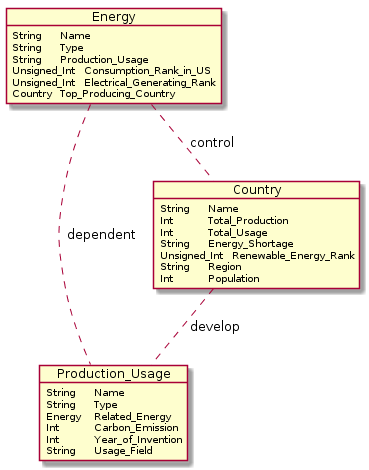
The PlantUML diagram UML_Diagram.png in GetCommit/energenius.me-website, before a commit.
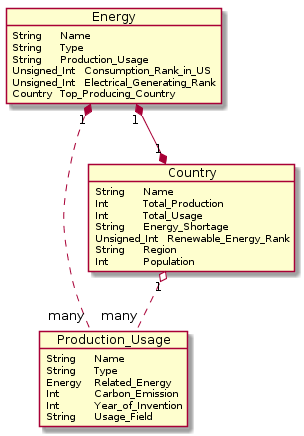
Above is the later version.

What changed in the source:
```diff
@@ -28,7 +28,7 @@
 }
 
 
-Energy .. Production_Usage: dependent
-Country .. Production_Usage: develop
-Energy .. Country: control
+Energy "1" *.."many" Production_Usage
+Country "1" o.."many" Production_Usage
+Energy "1" *--* "1" Country
 @enduml
```
